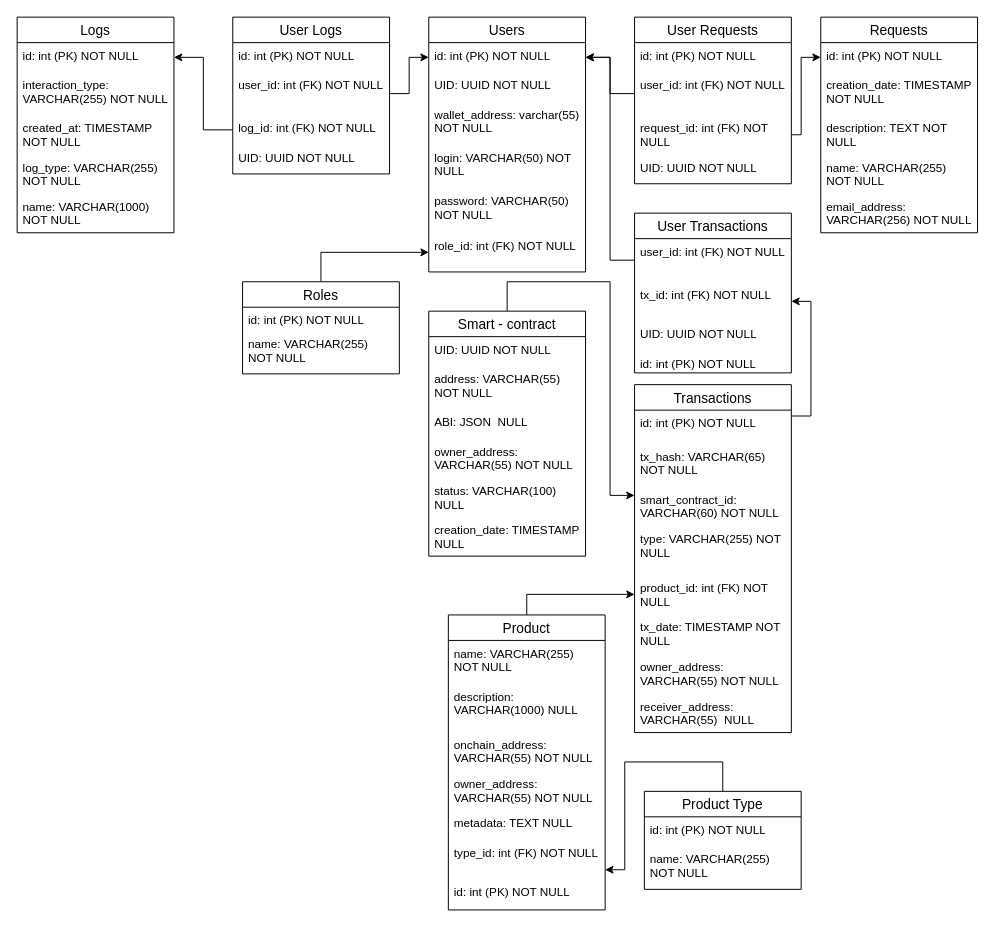
Above: physical_scheme.drawio in slsforme/ton_market_django (draw.io), before the change. Source tidied: cells renumbered, new cells numbered last; positions are measured from the earlier drawing's top-left corner, leaving out a move shared by most shapes. Both pictures are drawn from the tidied source at 98%, with x=0, y=0 at pixel (17, 17).
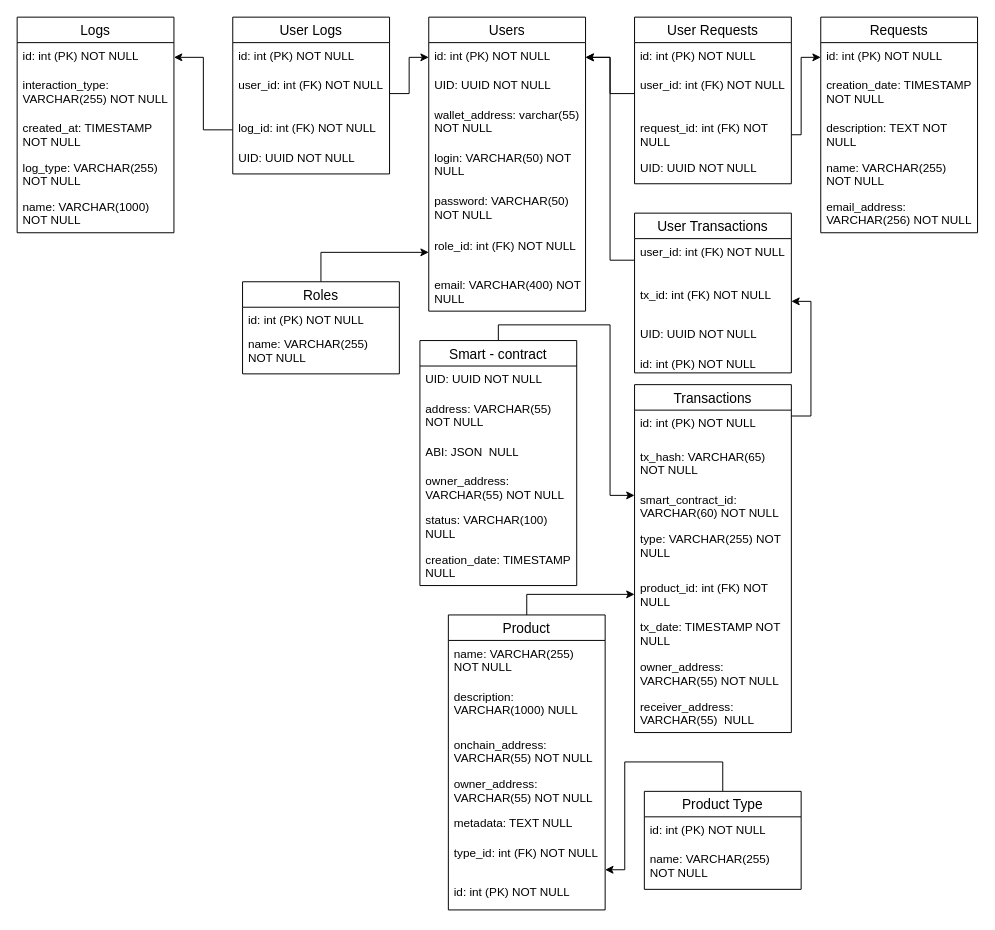
Above is the later version.

Unchanged cells that the change refers to:
```xml
<mxCell id="16" value="smart_contract_id: VARCHAR(60) NOT NULL" style="text;strokeColor=none;fillColor=none;spacingLeft=4;spacingRight=4;overflow=hidden;points=[[0,0.5],[1,0.5]];portConstraint=eastwest;fontSize=12;whiteSpace=wrap;html=1;" parent="13" vertex="1">
  <mxGeometry y="104" width="160" height="40" as="geometry" />
</mxCell>
```

The edit, as a diff of the source:
```diff
@@
     <mxCell id="2" value="Users" style="swimlane;fontStyle=0;horizontal=1;startSize=26;align=center;fontSize=14;" parent="1" vertex="1">
-      <mxGeometry x="420" width="160" height="260" as="geometry" />
+      <mxGeometry x="420" width="160" height="300" as="geometry" />
     </mxCell>
@@
+    <mxCell id="76" value="email: VARCHAR(400) NOT NULL" style="text;strokeColor=none;fillColor=none;spacingLeft=4;spacingRight=4;overflow=hidden;fontSize=12;whiteSpace=wrap;html=1;" parent="2" vertex="1">
+      <mxGeometry y="260" width="160" height="40" as="geometry" />
+    </mxCell>
@@
     <mxCell id="35" style="edgeStyle=orthogonalEdgeStyle;rounded=0;jettySize=auto;html=1;" parent="1" edge="1" source="36" target="16">
       <mxGeometry relative="1" as="geometry">
         <Array as="points">
-          <mxPoint x="500" y="270" />
-          <mxPoint x="605" y="270" />
+          <mxPoint x="491" y="314" />
+          <mxPoint x="605" y="314" />
           <mxPoint x="605" y="488" />
         </Array>
       </mxGeometry>
     </mxCell>
     <mxCell id="36" value="Smart - contract" style="swimlane;fontStyle=0;horizontal=1;startSize=26;align=center;fontSize=14;" parent="1" vertex="1">
-      <mxGeometry x="420" y="300" width="160" height="250" as="geometry" />
+      <mxGeometry x="411" y="330" width="160" height="250" as="geometry" />
     </mxCell>
```
